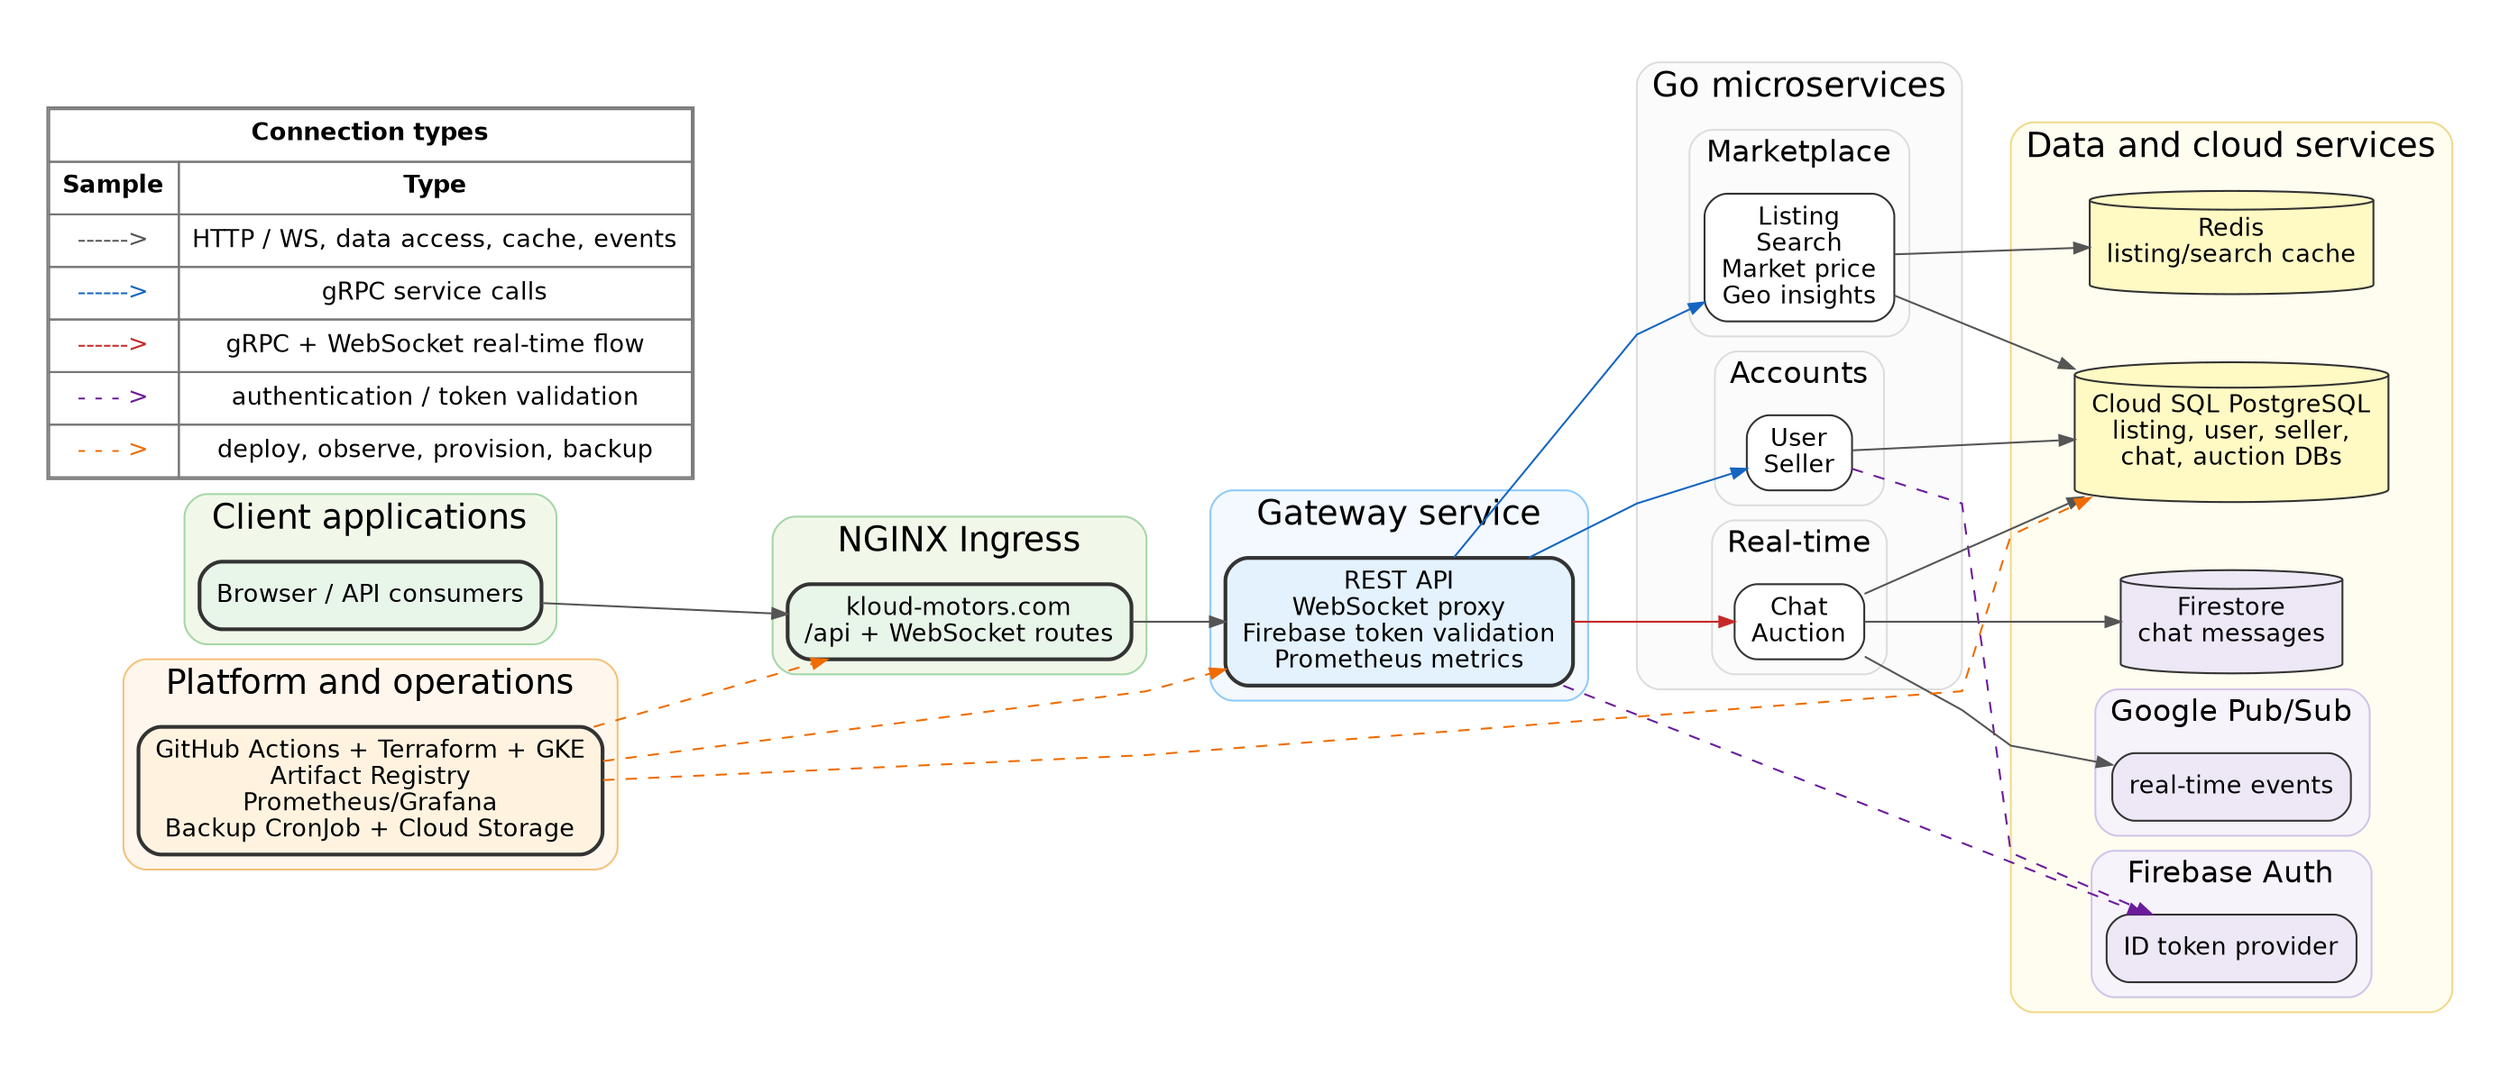
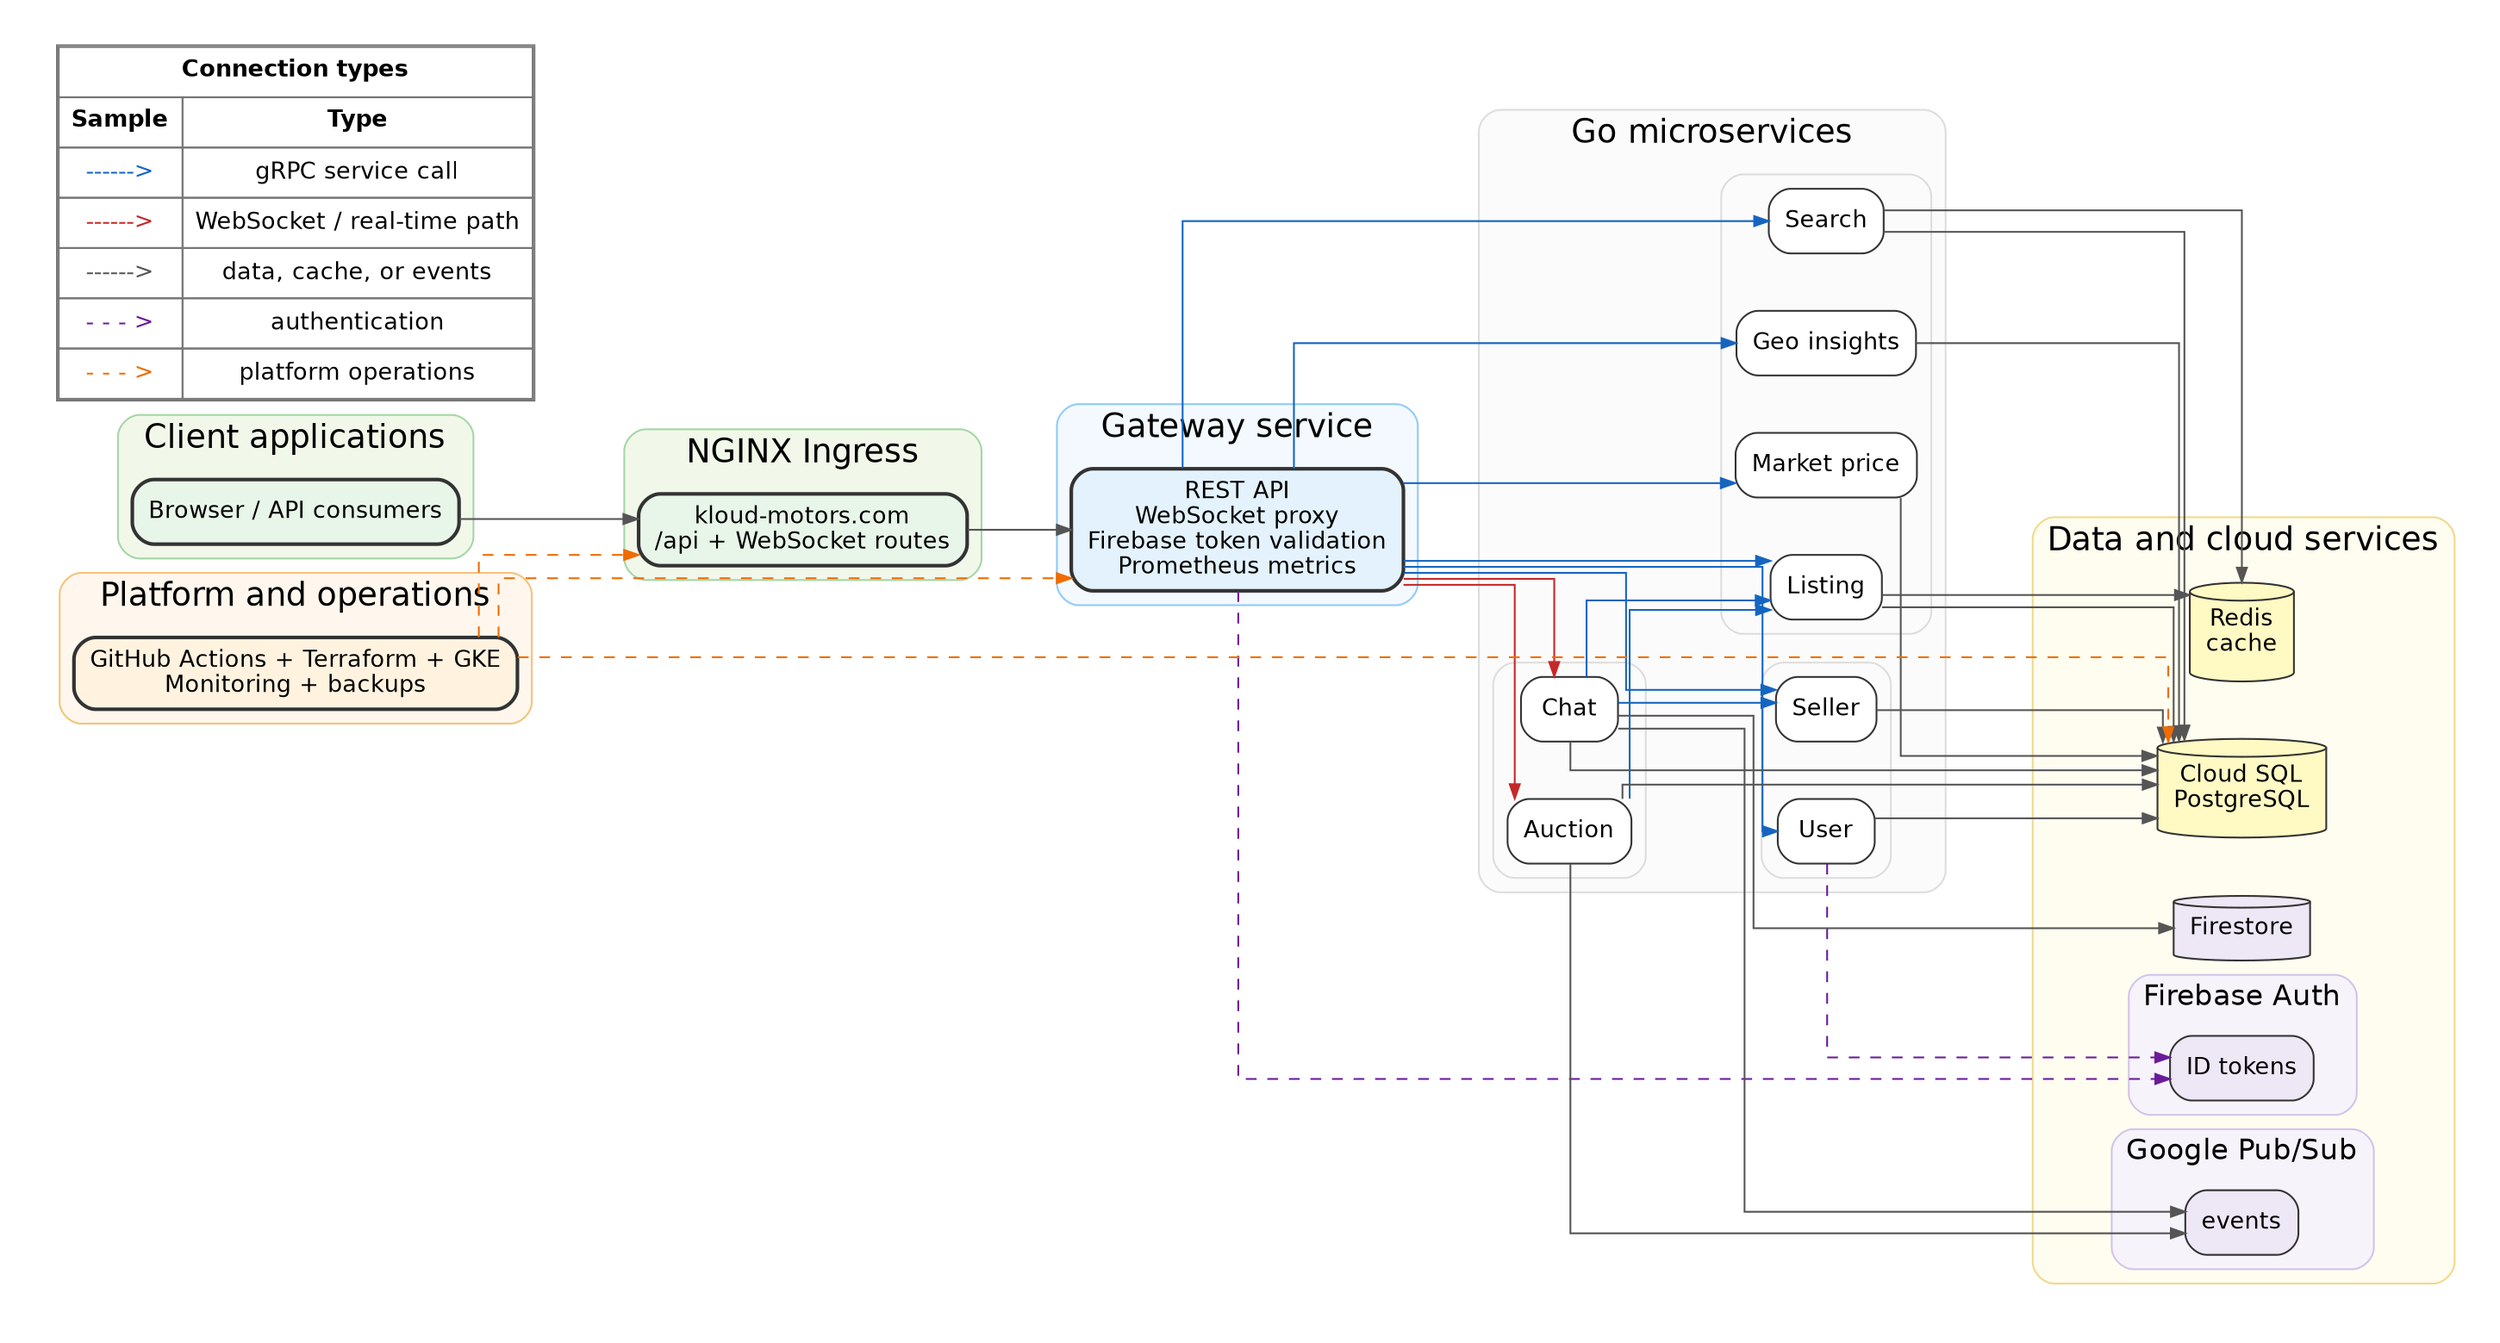
digraph architecture {
  graph [
    rankdir=LR,
    bgcolor="white",
    pad="0.35",
-     nodesep="0.5",
-     ranksep="0.7",
-     splines=polyline,
+     nodesep="0.45",
+     ranksep="0.8",
+     splines=ortho,
    fontname="Helvetica",
    fontsize=20,
    labelloc=t
  ];

  node [
    shape=box,
    style="rounded,filled",
    color="#333333",
    fillcolor="white",
    fontname="Helvetica",
    fontsize=13,
    margin="0.12,0.08"
  ];

  edge [
    color="#555555",
    fontname="Helvetica",
    fontsize=11,
    arrowsize=0.8
  ];

  subgraph cluster_client {
    label="Client applications";
    color="#a5d6a7";
    style="rounded,filled";
    fillcolor="#f1f8e9";
    fontsize=18;

    client_content [label="Browser / API consumers", fillcolor="#e8f5e9", penwidth=2];
  }

  subgraph cluster_ingress {
    label="NGINX Ingress";
    color="#a5d6a7";
    style="rounded,filled";
    fillcolor="#f1f8e9";
    fontsize=18;

    ingress_content [label="kloud-motors.com\n/api + WebSocket routes", fillcolor="#e8f5e9", penwidth=2];
  }

  subgraph cluster_gateway {
    label="Gateway service";
    color="#90caf9";
    style="rounded,filled";
    fillcolor="#f3f9fe";
    fontsize=18;

    gateway_content [label="REST API\nWebSocket proxy\nFirebase token validation\nPrometheus metrics", fillcolor="#e3f2fd", penwidth=2];
  }

  subgraph cluster_services {
    label="Go microservices";
    color="#dddddd";
    style="rounded,filled";
    fillcolor="#fbfbfb";
    fontsize=18;

    subgraph cluster_marketplace {
-       label="Marketplace";
+       label="";
      color="#dddddd";
      style="rounded,filled";
      fillcolor="#fbfbfb";
      fontsize=16;

-       marketplace_content [label="Listing\nSearch\nMarket price\nGeo insights", fillcolor="#ffffff"];
+       listing_service [label="Listing", fillcolor="#ffffff"];
+       search_service [label="Search", fillcolor="#ffffff"];
+       marketprice_service [label="Market price", fillcolor="#ffffff"];
+       geo_service [label="Geo insights", fillcolor="#ffffff"];
    }

    subgraph cluster_accounts {
-       label="Accounts";
+       label="";
      color="#dddddd";
      style="rounded,filled";
      fillcolor="#fbfbfb";
      fontsize=16;

-       accounts_content [label="User\nSeller", fillcolor="#ffffff"];
+       user_service [label="User", fillcolor="#ffffff"];
+       seller_service [label="Seller", fillcolor="#ffffff"];
    }

    subgraph cluster_realtime {
-       label="Real-time";
+       label="";
      color="#dddddd";
      style="rounded,filled";
      fillcolor="#fbfbfb";
      fontsize=16;

-       realtime_content [label="Chat\nAuction", fillcolor="#ffffff"];
+       chat_service [label="Chat", fillcolor="#ffffff"];
+       auction_service [label="Auction", fillcolor="#ffffff"];
    }
  }

  subgraph cluster_data {
    label="Data and cloud services";
    color="#f0d98a";
    style="rounded,filled";
    fillcolor="#fffdf0";
    fontsize=18;

-     redis [shape=cylinder, label="Redis\nlisting/search cache", fillcolor="#fff9c4"];
-     sqldb [shape=cylinder, label="Cloud SQL PostgreSQL\nlisting, user, seller,\nchat, auction DBs", fillcolor="#fff9c4"];
+     redis [shape=cylinder, label="Redis\ncache", fillcolor="#fff9c4"];
+     sqldb [shape=cylinder, label="Cloud SQL\nPostgreSQL", fillcolor="#fff9c4"];
    subgraph cluster_firebase {
      label="Firebase Auth";
      color="#d1c4e9";
      style="rounded,filled";
      fillcolor="#f7f3fb";
      fontsize=16;

-       firebase_content [label="ID token provider", fillcolor="#ede7f6"];
+       firebase_content [label="ID tokens", fillcolor="#ede7f6"];
    }

-     firestore [shape=cylinder, label="Firestore\nchat messages", fillcolor="#ede7f6"];
+     firestore [shape=cylinder, label="Firestore", fillcolor="#ede7f6"];

    subgraph cluster_pubsub {
      label="Google Pub/Sub";
      color="#d1c4e9";
      style="rounded,filled";
      fillcolor="#f7f3fb";
      fontsize=16;

-       pubsub_content [label="real-time events", fillcolor="#ede7f6"];
+       pubsub_content [label="events", fillcolor="#ede7f6"];
    }
  }

  subgraph cluster_platform {
    label="Platform and operations";
    color="#f4c27b";
    style="rounded,filled";
    fillcolor="#fff7ed";
    fontsize=18;

-     platform_content [label="GitHub Actions + Terraform + GKE\nArtifact Registry\nPrometheus/Grafana\nBackup CronJob + Cloud Storage", fillcolor="#fff3e0", penwidth=2];
+     platform_content [label="GitHub Actions + Terraform + GKE\nMonitoring + backups", fillcolor="#fff3e0", penwidth=2];
  }

  legend [shape=plain, label=<
    <TABLE BORDER="1" CELLBORDER="1" CELLSPACING="0" CELLPADDING="6" COLOR="#777777" BGCOLOR="#ffffff">
      <TR><TD COLSPAN="3"><B>Connection types</B></TD></TR>
      <TR><TD><B>Sample</B></TD><TD><B>Type</B></TD></TR>
-       <TR><TD><FONT COLOR="#555555">------&gt;</FONT></TD><TD>HTTP / WS, data access, cache, events</TD></TR>
-       <TR><TD><FONT COLOR="#1565c0">------&gt;</FONT></TD><TD>gRPC service calls</TD></TR>
-       <TR><TD><FONT COLOR="#c62828">------&gt;</FONT></TD><TD>gRPC + WebSocket real-time flow</TD></TR>
-       <TR><TD><FONT COLOR="#6a1b9a">- - - &gt;</FONT></TD><TD>authentication / token validation</TD></TR>
-       <TR><TD><FONT COLOR="#ef6c00">- - - &gt;</FONT></TD><TD>deploy, observe, provision, backup</TD></TR>
+       <TR><TD><FONT COLOR="#1565c0">------&gt;</FONT></TD><TD>gRPC service call</TD></TR>
+       <TR><TD><FONT COLOR="#c62828">------&gt;</FONT></TD><TD>WebSocket / real-time path</TD></TR>
+       <TR><TD><FONT COLOR="#555555">------&gt;</FONT></TD><TD>data, cache, or events</TD></TR>
+       <TR><TD><FONT COLOR="#6a1b9a">- - - &gt;</FONT></TD><TD>authentication</TD></TR>
+       <TR><TD><FONT COLOR="#ef6c00">- - - &gt;</FONT></TD><TD>platform operations</TD></TR>
    </TABLE>
  >];

  client_content -> ingress_content;
  ingress_content -> gateway_content;

-   gateway_content -> marketplace_content [color="#1565c0"];
-   gateway_content -> accounts_content [color="#1565c0"];
-   gateway_content -> realtime_content [color="#c62828"];
+   gateway_content -> listing_service [color="#1565c0"];
+   gateway_content -> search_service [color="#1565c0"];
+   gateway_content -> marketprice_service [color="#1565c0"];
+   gateway_content -> geo_service [color="#1565c0"];
+   gateway_content -> user_service [color="#1565c0"];
+   gateway_content -> seller_service [color="#1565c0"];
+   gateway_content -> chat_service [color="#c62828"];
+   gateway_content -> auction_service [color="#c62828"];

-   marketplace_content -> redis;
-   marketplace_content -> sqldb;
-   accounts_content -> sqldb;
-   realtime_content -> sqldb;
-   realtime_content -> firestore;
-   realtime_content -> pubsub_content;
+   chat_service -> listing_service [color="#1565c0"];
+   chat_service -> seller_service [color="#1565c0"];
+   auction_service -> listing_service [color="#1565c0"];
+ 
+   listing_service -> redis;
+   search_service -> redis;
+   listing_service -> sqldb;
+   search_service -> sqldb;
+   marketprice_service -> sqldb;
+   geo_service -> sqldb;
+   user_service -> sqldb;
+   seller_service -> sqldb;
+   chat_service -> sqldb;
+   auction_service -> sqldb;
+   chat_service -> firestore;
+   chat_service -> pubsub_content;
+   auction_service -> pubsub_content;

  gateway_content -> firebase_content [style=dashed, color="#6a1b9a"];
-   accounts_content -> firebase_content [style=dashed, color="#6a1b9a"];
+   user_service -> firebase_content [style=dashed, color="#6a1b9a"];

  platform_content -> ingress_content [style=dashed, color="#ef6c00"];
  platform_content -> gateway_content [style=dashed, color="#ef6c00"];
  platform_content -> sqldb [style=dashed, color="#ef6c00"];
}
